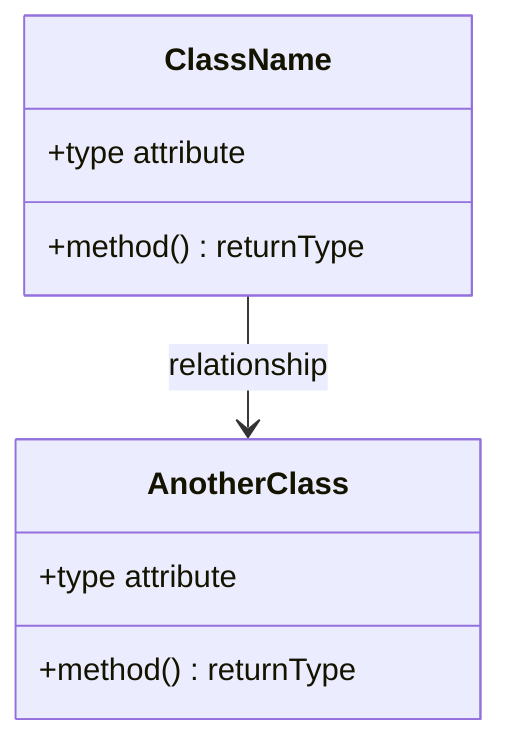
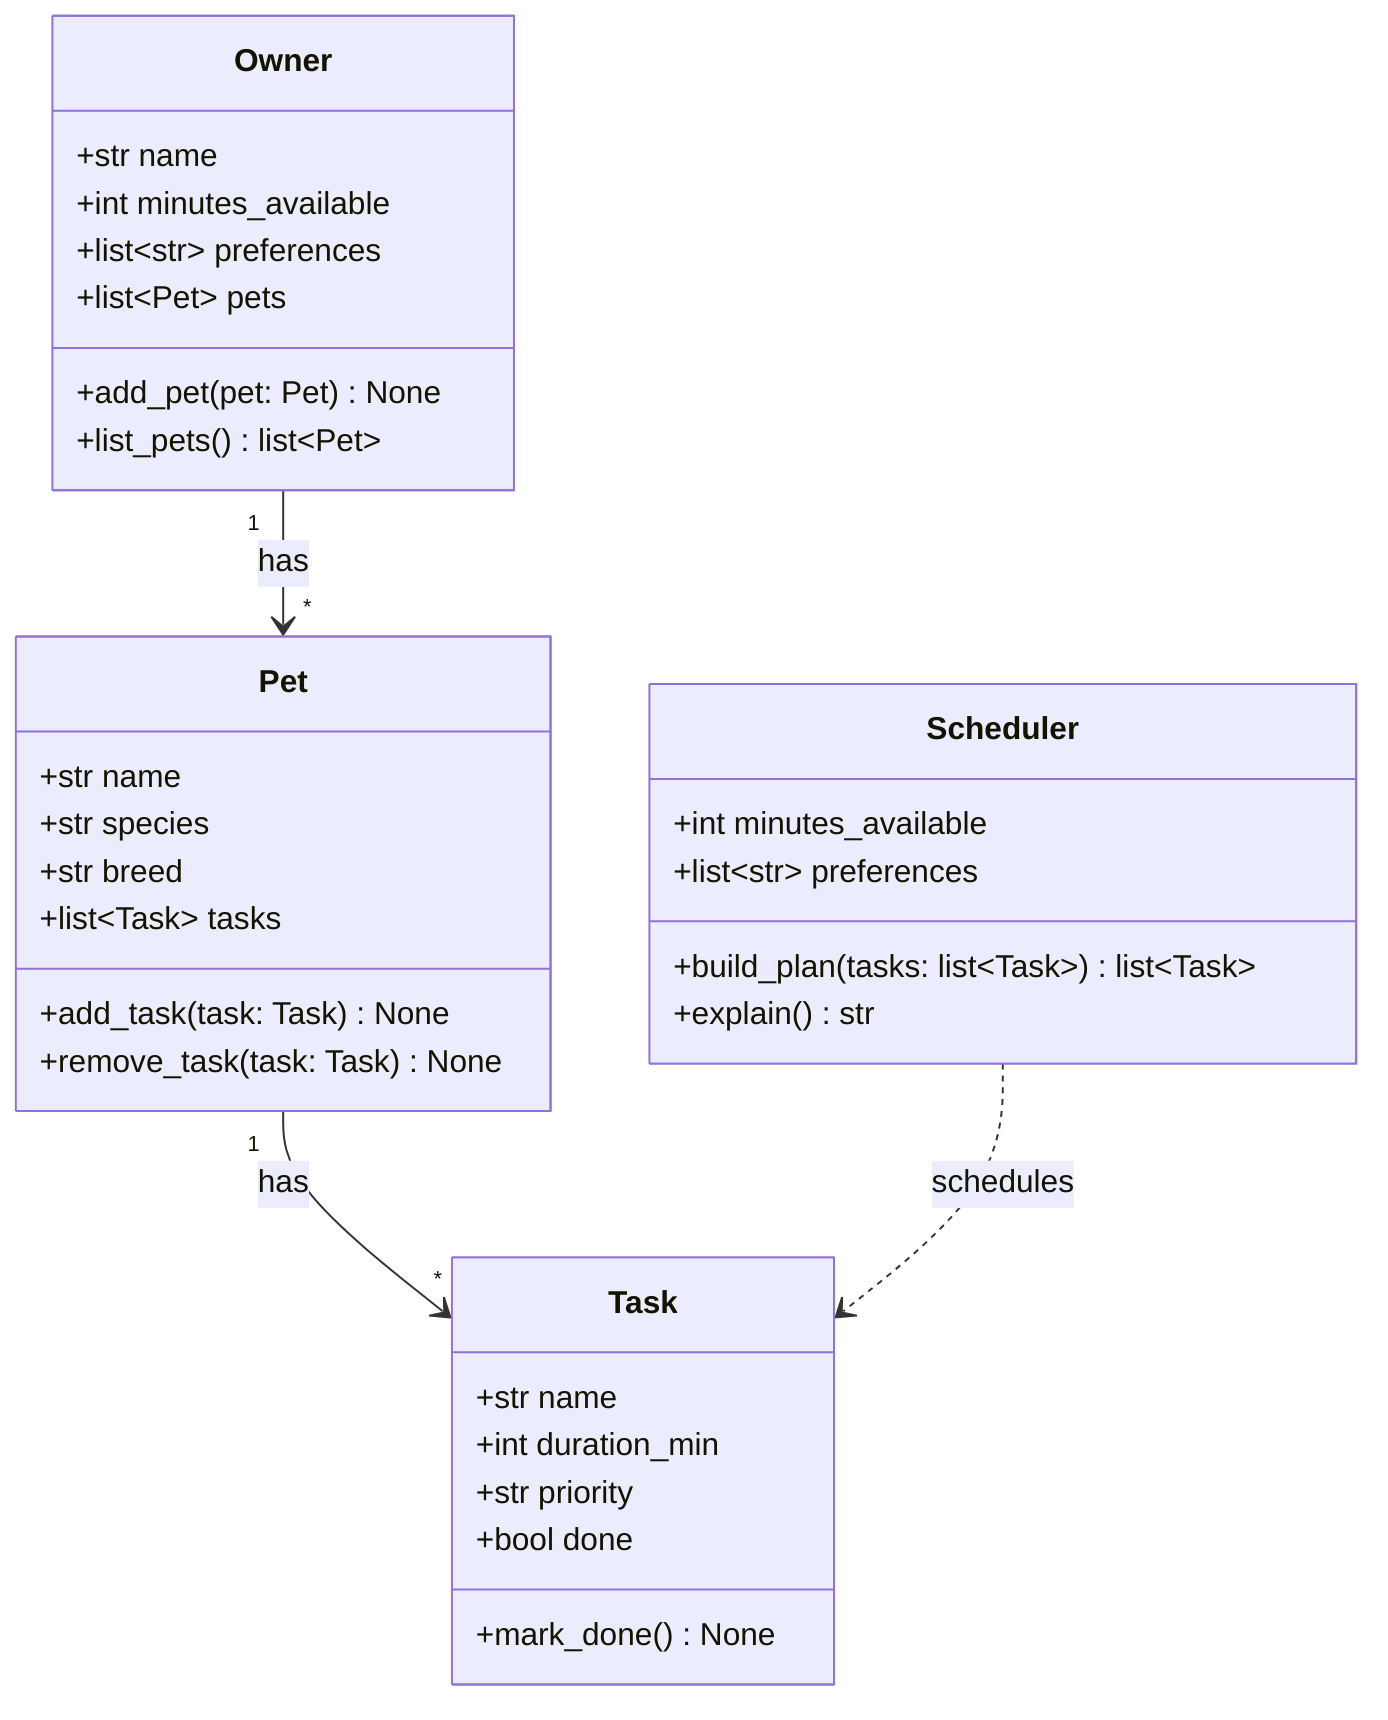
classDiagram
-     %% Replace the placeholders below with your actual classes, attributes, methods, and relationships.
-     %% Keep this file updated so it matches your final implementation.
+     %% PawPal+ class diagram (Phase 1 draft — update in Phase 6 to match implementation)

-     class ClassName {
-         +type attribute
-         +method() returnType
+     class Owner {
+         +str name
+         +int minutes_available
+         +list~str~ preferences
+         +list~Pet~ pets
+         +add_pet(pet: Pet) None
+         +list_pets() list~Pet~
    }

-     class AnotherClass {
-         +type attribute
-         +method() returnType
+     class Pet {
+         +str name
+         +str species
+         +str breed
+         +list~Task~ tasks
+         +add_task(task: Task) None
+         +remove_task(task: Task) None
    }

-     ClassName --> AnotherClass : relationship
+     class Task {
+         +str name
+         +int duration_min
+         +str priority
+         +bool done
+         +mark_done() None
+     }
+ 
+     class Scheduler {
+         +int minutes_available
+         +list~str~ preferences
+         +build_plan(tasks: list~Task~) list~Task~
+         +explain() str
+     }
+ 
+     Owner "1" --> "*" Pet : has
+     Pet "1" --> "*" Task : has
+     Scheduler ..> Task : schedules
